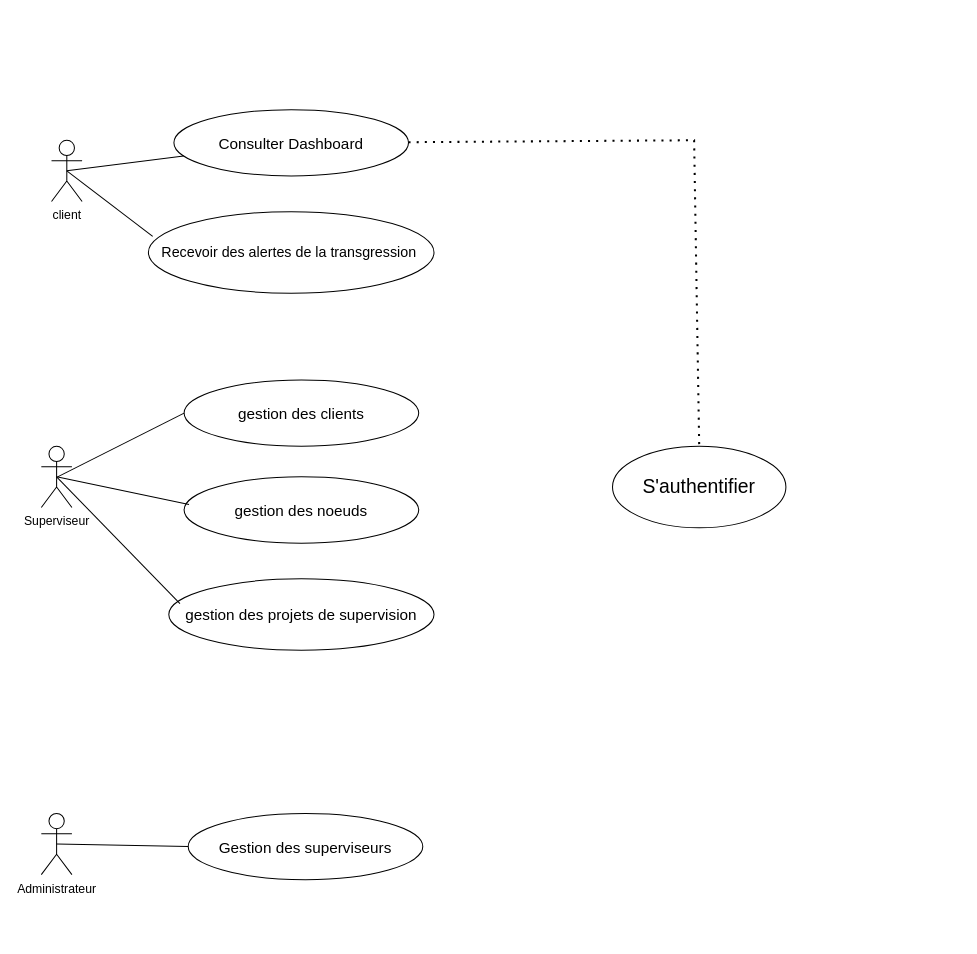
Above: Untitled Diagram.drawio in nassim-larafa/gradstone_website (draw.io), before the change. Source tidied: cells renumbered, new cells numbered last; positions are measured from the earlier drawing's top-left corner, leaving out a move shared by most shapes. Both pictures are drawn from the tidied source at 102%, with x=0, y=0 at pixel (41, 109).
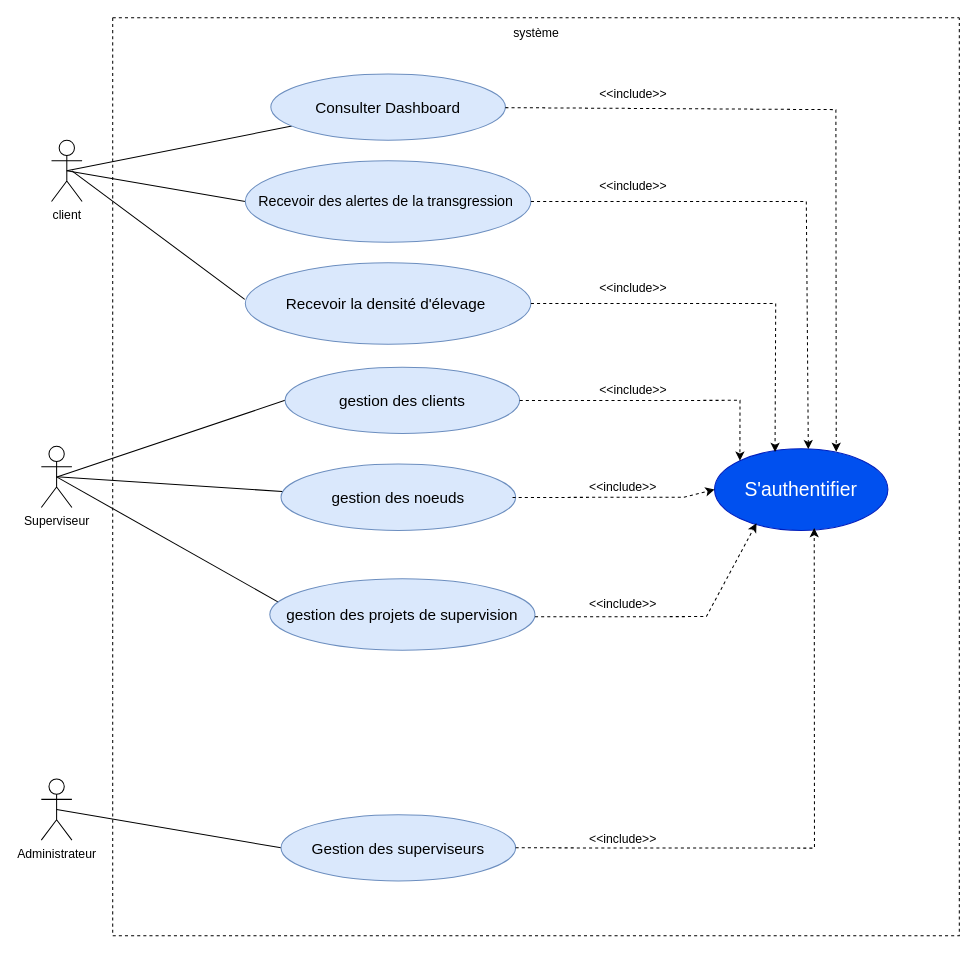
The same diagram, later.

Unchanged cells that the change refers to:
```xml
<mxCell id="3" value="client" style="shape=umlActor;verticalLabelPosition=bottom;verticalAlign=top;html=1;outlineConnect=0;" parent="1" vertex="1">
  <mxGeometry x="10" y="30" width="30" height="60" as="geometry" />
</mxCell>
```

The edit, as a diff of the source:
```diff
@@
     <mxCell id="4" value="Administrateur&lt;div&gt;&lt;br&gt;&lt;/div&gt;" style="shape=umlActor;verticalLabelPosition=bottom;verticalAlign=top;html=1;outlineConnect=0;" parent="1" vertex="1">
-      <mxGeometry y="690" width="30" height="60" as="geometry" />
+      <mxGeometry y="656.2" width="30" height="60" as="geometry" />
     </mxCell>
-    <mxCell id="5" value="&lt;font style=&quot;font-size: 15px;&quot;&gt;Gestion des superviseurs&lt;/font&gt;" style="ellipse;whiteSpace=wrap;html=1;" parent="1" vertex="1">
-      <mxGeometry x="144" y="690" width="230" height="65" as="geometry" />
-    </mxCell>
-    <mxCell id="6" value="&lt;font style=&quot;font-size: 15px;&quot;&gt;Consulter Dashboard&lt;/font&gt;" style="ellipse;whiteSpace=wrap;html=1;" parent="1" vertex="1">
-      <mxGeometry x="130" width="230" height="65" as="geometry" />
-    </mxCell>
-    <mxCell id="7" value="&lt;font style=&quot;font-size: 15px;&quot;&gt;gestion des clients&lt;/font&gt;" style="ellipse;whiteSpace=wrap;html=1;" parent="1" vertex="1">
-      <mxGeometry x="140" y="265" width="230" height="65" as="geometry" />
-    </mxCell>
-    <mxCell id="8" value="&lt;div style=&quot;text-align: left; font-size: 14px;&quot;&gt;&lt;span style=&quot;background-color: initial;&quot;&gt;Recevoir des alertes de la transgression&lt;/span&gt;&lt;span style=&quot;background-color: initial;&quot;&gt;&amp;nbsp;&lt;/span&gt;&lt;/div&gt;" style="ellipse;whiteSpace=wrap;html=1;" parent="1" vertex="1">
-      <mxGeometry x="105" y="100" width="280" height="80" as="geometry" />
-    </mxCell>
-    <mxCell id="9" value="&lt;font style=&quot;font-size: 15px;&quot;&gt;gestion des noeuds&lt;/font&gt;" style="ellipse;whiteSpace=wrap;html=1;" parent="1" vertex="1">
-      <mxGeometry x="140" y="360" width="230" height="65" as="geometry" />
-    </mxCell>
-    <mxCell id="10" value="&lt;font style=&quot;font-size: 15px;&quot;&gt;gestion des projets de supervision&lt;/font&gt;" style="ellipse;whiteSpace=wrap;html=1;" parent="1" vertex="1">
-      <mxGeometry x="125" y="460" width="260" height="70" as="geometry" />
-    </mxCell>
@@
-    <mxCell id="12" style="endArrow=none;html=1;rounded=0;exitX=0.5;exitY=0.5;exitDx=0;exitDy=0;exitPerimeter=0;entryX=0.015;entryY=0.303;entryDx=0;entryDy=0;entryPerimeter=0;" parent="1" edge="1" source="3" target="8">
+    <mxCell id="12" style="endArrow=none;html=1;rounded=0;exitX=0.5;exitY=0.5;exitDx=0;exitDy=0;exitPerimeter=0;entryX=0;entryY=0.5;entryDx=0;entryDy=0;" parent="1" edge="1" source="3" target="8">
       <mxGeometry relative="1" as="geometry" />
     </mxCell>
@@
+    <mxCell id="19" style="swimlane;startSize=0;dashed=1;" parent="1" vertex="1">
+      <mxGeometry x="70" y="-90" width="830" height="900" as="geometry" />
+    </mxCell>
+    <mxCell id="6" value="&lt;font style=&quot;font-size: 15px;&quot;&gt;Consulter Dashboard&lt;/font&gt;" style="ellipse;whiteSpace=wrap;html=1;labelBackgroundColor=none;fillColor=#dae8fc;strokeColor=#6c8ebf;" parent="19" vertex="1">
+      <mxGeometry x="155" y="55" width="230" height="65" as="geometry" />
+    </mxCell>
+    <mxCell id="20" value="&amp;lt;&amp;lt;include&amp;gt;&amp;gt;" style="text;html=1;align=center;verticalAlign=middle;strokeColor=none;fillColor=none;" parent="19" vertex="1">
+      <mxGeometry x="465" y="60" width="90" height="30" as="geometry" />
+    </mxCell>
+    <mxCell id="7" value="&lt;font style=&quot;font-size: 15px;&quot;&gt;gestion des clients&lt;/font&gt;" style="ellipse;whiteSpace=wrap;html=1;fillColor=#dae8fc;strokeColor=#6c8ebf;" parent="19" vertex="1">
+      <mxGeometry x="169" y="342.5" width="230" height="65" as="geometry" />
+    </mxCell>
+    <mxCell id="9" value="&lt;font style=&quot;font-size: 15px;&quot;&gt;gestion des noeuds&lt;/font&gt;" style="ellipse;whiteSpace=wrap;html=1;fillColor=#dae8fc;strokeColor=#6c8ebf;" parent="19" vertex="1">
+      <mxGeometry x="165" y="437.5" width="230" height="65" as="geometry" />
+    </mxCell>
+    <mxCell id="10" value="&lt;font style=&quot;font-size: 15px;&quot;&gt;gestion des projets de supervision&lt;/font&gt;" style="ellipse;whiteSpace=wrap;html=1;fillColor=#dae8fc;strokeColor=#6c8ebf;" parent="19" vertex="1">
+      <mxGeometry x="154" y="550" width="260" height="70" as="geometry" />
+    </mxCell>
+    <mxCell id="21" value="&amp;lt;&amp;lt;include&amp;gt;&amp;gt;" style="text;html=1;align=center;verticalAlign=middle;strokeColor=none;fillColor=none;" parent="19" vertex="1">
+      <mxGeometry x="465" y="150" width="90" height="30" as="geometry" />
+    </mxCell>
+    <mxCell id="22" value="&amp;lt;&amp;lt;include&amp;gt;&amp;gt;" style="text;html=1;align=center;verticalAlign=middle;strokeColor=none;fillColor=none;" parent="19" vertex="1">
+      <mxGeometry x="465" y="350" width="90" height="30" as="geometry" />
+    </mxCell>
+    <mxCell id="23" value="&amp;lt;&amp;lt;include&amp;gt;&amp;gt;" style="text;html=1;align=center;verticalAlign=middle;strokeColor=none;fillColor=none;" parent="19" vertex="1">
+      <mxGeometry x="455" y="445" width="90" height="30" as="geometry" />
+    </mxCell>
+    <mxCell id="24" value="&amp;lt;&amp;lt;include&amp;gt;&amp;gt;" style="text;html=1;align=center;verticalAlign=middle;strokeColor=none;fillColor=none;" parent="19" vertex="1">
+      <mxGeometry x="455" y="560" width="90" height="30" as="geometry" />
+    </mxCell>
+    <mxCell id="8" value="&lt;div style=&quot;text-align: left; font-size: 14px;&quot;&gt;&lt;span style=&quot;background-color: initial;&quot;&gt;Recevoir des alertes de la transgression&lt;/span&gt;&lt;span style=&quot;background-color: initial;&quot;&gt;&amp;nbsp;&lt;/span&gt;&lt;/div&gt;" style="ellipse;whiteSpace=wrap;html=1;fillColor=#dae8fc;strokeColor=#6c8ebf;" parent="19" vertex="1">
+      <mxGeometry x="130" y="140" width="280" height="80" as="geometry" />
+    </mxCell>
+    <mxCell id="5" value="&lt;font style=&quot;font-size: 15px;&quot;&gt;Gestion des superviseurs&lt;/font&gt;" style="ellipse;whiteSpace=wrap;html=1;fillColor=#dae8fc;strokeColor=#6c8ebf;" parent="19" vertex="1">
+      <mxGeometry x="165" y="781.2" width="230" height="65" as="geometry" />
+    </mxCell>
-    <mxCell id="17" value="&lt;font style=&quot;font-size: 19px;&quot;&gt;S'authentifier&lt;/font&gt;" style="ellipse;whiteSpace=wrap;html=1;" parent="1" vertex="1">
-      <mxGeometry x="560" y="330" width="170" height="80" as="geometry" />
+    <mxCell id="17" value="&lt;font style=&quot;font-size: 19px;&quot;&gt;S'authentifier&lt;/font&gt;" style="ellipse;whiteSpace=wrap;html=1;fillColor=#0050ef;fontColor=#ffffff;strokeColor=#001DBC;" parent="19" vertex="1">
+      <mxGeometry x="590" y="422.5" width="170" height="80" as="geometry" />
     </mxCell>
+    <mxCell id="25" value="&amp;lt;&amp;lt;include&amp;gt;&amp;gt;" style="text;html=1;align=center;verticalAlign=middle;strokeColor=none;fillColor=none;" parent="19" vertex="1">
+      <mxGeometry x="455" y="790" width="90" height="30" as="geometry" />
+    </mxCell>
+    <mxCell id="26" value="système" style="text;html=1;align=center;verticalAlign=middle;strokeColor=none;fillColor=none;" parent="19" vertex="1">
+      <mxGeometry x="380" width="70" height="30" as="geometry" />
+    </mxCell>
+    <mxCell id="27" value="&lt;div style=&quot;text-align: left;&quot;&gt;&lt;font style=&quot;font-size: 15px;&quot;&gt;Recevoir&lt;/font&gt;&lt;span style=&quot;font-size: 15px;&quot;&gt;&amp;nbsp;la densité&amp;nbsp;&lt;span style=&quot;font-family: &amp;quot;Google Sans&amp;quot;, arial, sans-serif; font-size: 15px;&quot;&gt;d'élevage&lt;/span&gt;&amp;nbsp;&lt;/span&gt;&lt;/div&gt;" style="ellipse;whiteSpace=wrap;html=1;fillColor=#dae8fc;strokeColor=#6c8ebf;" parent="19" vertex="1">
+      <mxGeometry x="130" y="240" width="280" height="80" as="geometry" />
+    </mxCell>
+    <mxCell id="28" style="endArrow=classic;html=1;rounded=0;entryX=0;entryY=0;entryDx=0;entryDy=0;dashed=1;" parent="19" edge="1" target="17">
+      <mxGeometry relative="1" as="geometry">
+        <mxPoint x="399" y="375.2" as="sourcePoint" />
+        <Array as="points">
+          <mxPoint x="615" y="375" />
+        </Array>
+      </mxGeometry>
+    </mxCell>
+    <mxCell id="29" style="endArrow=classic;html=1;rounded=0;entryX=0;entryY=0.5;entryDx=0;entryDy=0;dashed=1;" parent="19" edge="1" target="17">
+      <mxGeometry relative="1" as="geometry">
+        <mxPoint x="392" y="470.2" as="sourcePoint" />
+        <Array as="points">
+          <mxPoint x="560" y="470" />
+        </Array>
+      </mxGeometry>
+    </mxCell>
+    <mxCell id="30" style="endArrow=classic;html=1;rounded=0;entryX=0.242;entryY=0.913;entryDx=0;entryDy=0;dashed=1;entryPerimeter=0;" parent="19" edge="1" target="17">
+      <mxGeometry relative="1" as="geometry">
+        <mxPoint x="414" y="587.2" as="sourcePoint" />
+        <Array as="points">
+          <mxPoint x="582" y="587" />
+        </Array>
+      </mxGeometry>
+    </mxCell>
+    <mxCell id="31" style="endArrow=classic;html=1;rounded=0;entryX=0.575;entryY=0.972;entryDx=0;entryDy=0;dashed=1;entryPerimeter=0;exitX=1;exitY=0.5;exitDx=0;exitDy=0;" parent="19" edge="1" source="5" target="17">
+      <mxGeometry relative="1" as="geometry">
+        <Array as="points">
+          <mxPoint x="688" y="814" />
+        </Array>
+      </mxGeometry>
+    </mxCell>
+    <mxCell id="32" style="endArrow=classic;html=1;rounded=0;dashed=1;exitX=1;exitY=0.5;exitDx=0;exitDy=0;entryX=0.349;entryY=0.038;entryDx=0;entryDy=0;entryPerimeter=0;" parent="19" edge="1" source="27" target="17">
+      <mxGeometry relative="1" as="geometry">
+        <Array as="points">
+          <mxPoint x="650" y="280" />
+        </Array>
+      </mxGeometry>
+    </mxCell>
+    <mxCell id="33" value="&amp;lt;&amp;lt;include&amp;gt;&amp;gt;" style="text;html=1;align=center;verticalAlign=middle;strokeColor=none;fillColor=none;" parent="19" vertex="1">
+      <mxGeometry x="465" y="250" width="90" height="30" as="geometry" />
+    </mxCell>
+    <mxCell id="34" style="endArrow=classic;html=1;rounded=0;dashed=1;exitX=1;exitY=0.5;exitDx=0;exitDy=0;entryX=0.541;entryY=0.004;entryDx=0;entryDy=0;entryPerimeter=0;" parent="19" edge="1" target="17">
+      <mxGeometry relative="1" as="geometry">
+        <mxPoint x="410" y="180" as="sourcePoint" />
+        <Array as="points">
+          <mxPoint x="680" y="180" />
+        </Array>
+      </mxGeometry>
+    </mxCell>
-    <mxCell id="18" style="endArrow=none;dashed=1;html=1;dashPattern=1 3;strokeWidth=2;rounded=0;entryX=0.5;entryY=0;entryDx=0;entryDy=0;" parent="1" edge="1" source="6" target="17">
+    <mxCell id="18" style="endArrow=classic;html=1;rounded=0;dashed=1;entryX=0.702;entryY=0.037;entryDx=0;entryDy=0;entryPerimeter=0;" parent="19" edge="1" source="6" target="17">
       <mxGeometry relative="1" as="geometry">
         <Array as="points">
-          <mxPoint x="640" y="30" />
+          <mxPoint x="709" y="90" />
         </Array>
       </mxGeometry>
     </mxCell>
+    <mxCell id="35" style="endArrow=none;html=1;rounded=0;entryX=-0.002;entryY=0.45;entryDx=0;entryDy=0;entryPerimeter=0;" parent="1" edge="1" target="27">
+      <mxGeometry relative="1" as="geometry">
+        <mxPoint x="30" y="60" as="sourcePoint" />
+      </mxGeometry>
+    </mxCell>
```
